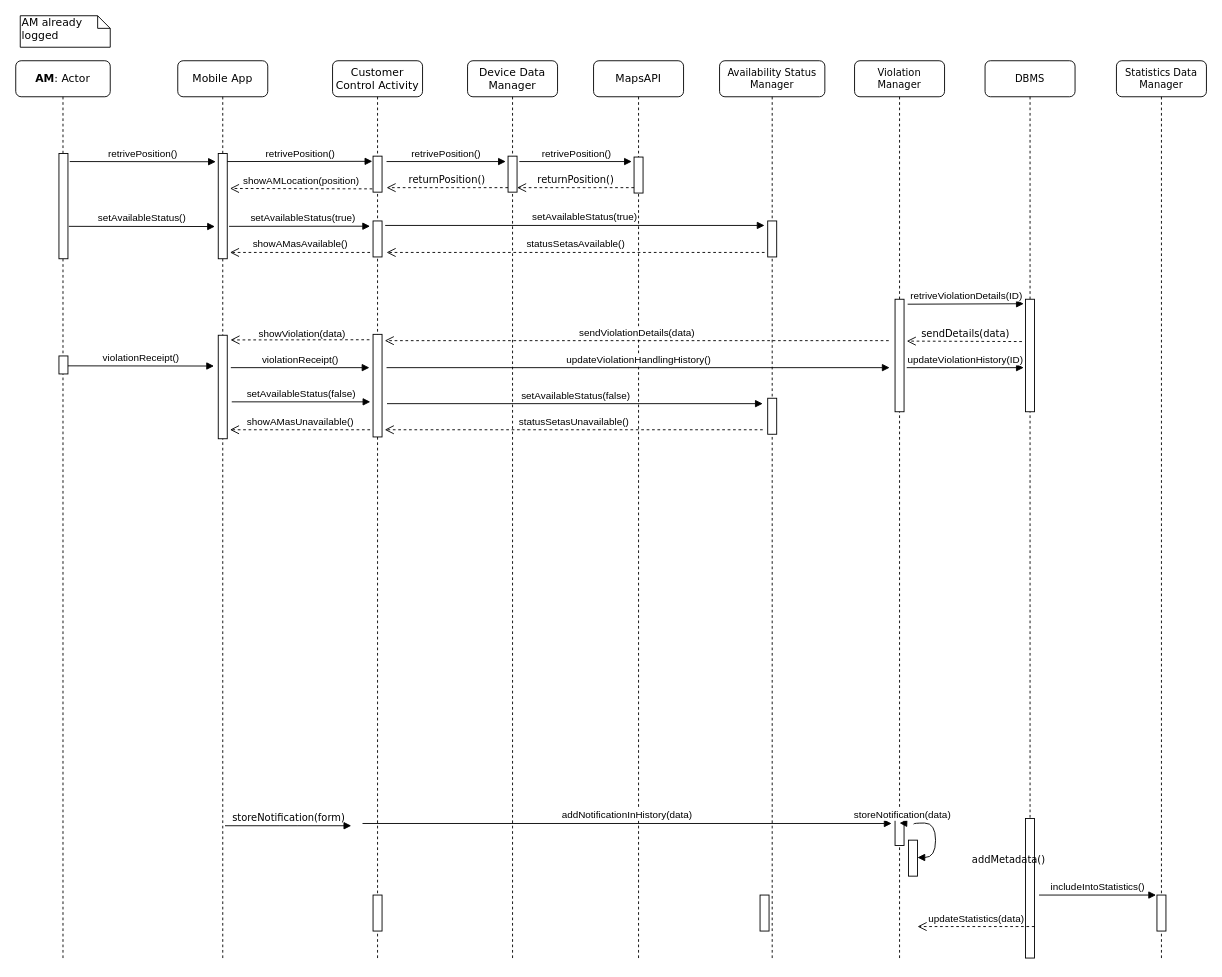
Above: authorityMemberReceiveNotification.drawio in valearm/SafeStreets-Project-SE2 (draw.io), before the change. Source tidied: cells renumbered, new cells numbered last; positions are measured from the earlier drawing's top-left corner, leaving out a move shared by most shapes. Both pictures are drawn from the tidied source at 90%, with x=0, y=0 at pixel (15, 15).
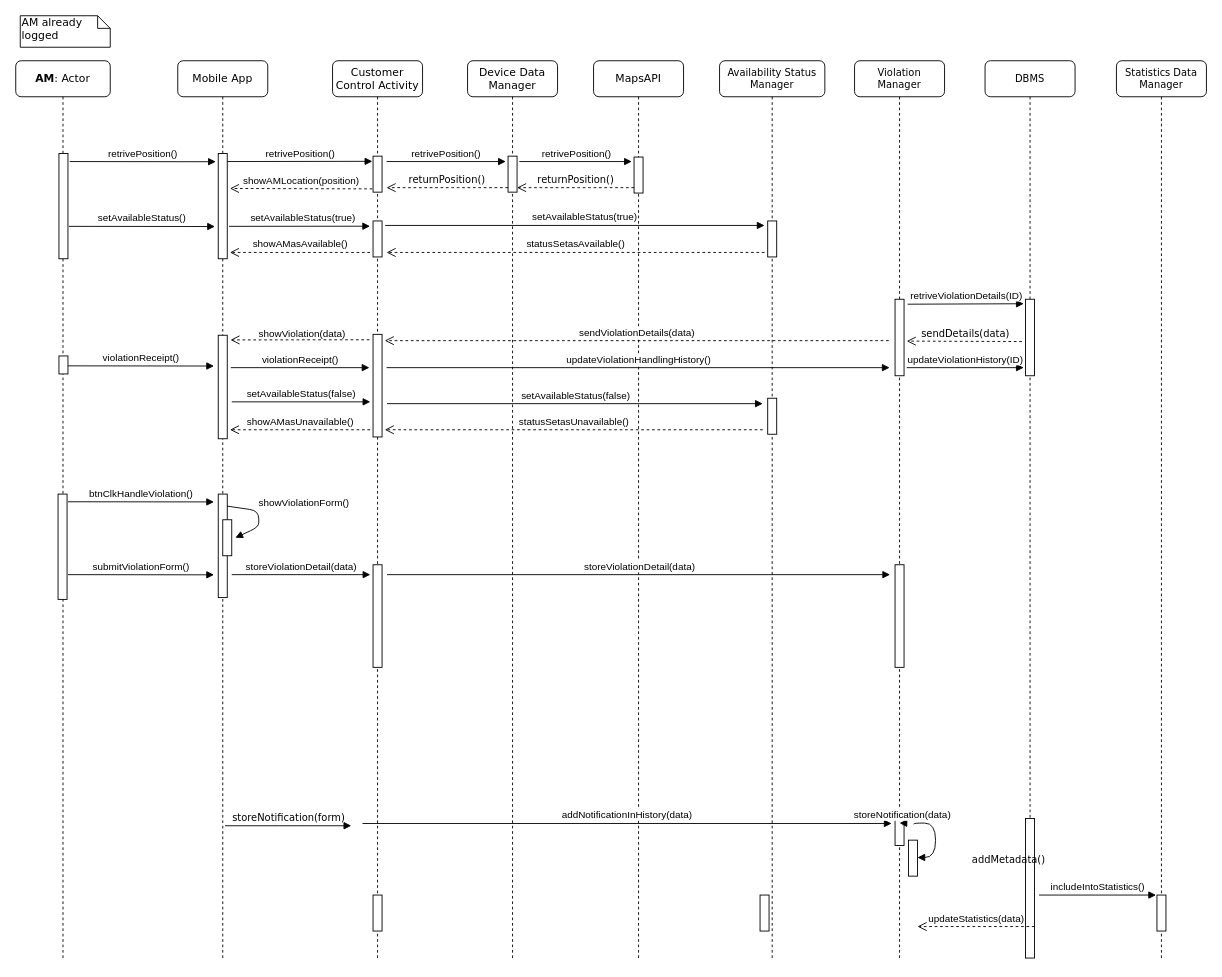
The same page after the edit.

The change refers to these unchanged cells:
```xml
<mxCell id="11" value="Violation Manager" style="shape=umlLifeline;perimeter=lifelinePerimeter;whiteSpace=wrap;html=1;rounded=1;shadow=0;comic=0;labelBackgroundColor=none;strokeWidth=1;fontFamily=Verdana;fontSize=11;align=center;" parent="1" vertex="1">
  <mxGeometry x="932" y="50" width="100" height="1000" as="geometry" />
</mxCell>
<mxCell id="38" value="Customer Control Activity" style="shape=umlLifeline;perimeter=lifelinePerimeter;whiteSpace=wrap;html=1;rounded=1;shadow=0;comic=0;labelBackgroundColor=none;strokeWidth=1;fontFamily=Verdana;fontSize=12;align=center;size=40;" parent="1" vertex="1">
  <mxGeometry x="352" y="50" width="100" height="1000" as="geometry" />
</mxCell>
```

What changed in the source:
```diff
@@
     <mxCell id="13" style="html=1;perimeter=orthogonalPerimeter;rounded=0;shadow=0;comic=0;labelBackgroundColor=none;strokeWidth=1;fontFamily=Verdana;fontSize=11;align=center;" parent="11" vertex="1">
-      <mxGeometry x="45" y="265" width="10" height="125" as="geometry" />
+      <mxGeometry x="45" y="265" width="10" height="85" as="geometry" />
     </mxCell>
+    <mxCell id="62" style="html=1;perimeter=orthogonalPerimeter;rounded=0;shadow=0;comic=0;labelBackgroundColor=none;strokeWidth=1;fontFamily=Verdana;fontSize=11;align=center;" parent="11" vertex="1">
+      <mxGeometry x="45" y="560" width="10" height="114" as="geometry" />
+    </mxCell>
@@
+    <mxCell id="63" style="html=1;perimeter=orthogonalPerimeter;rounded=0;shadow=0;comic=0;labelBackgroundColor=none;strokeWidth=1;fontFamily=Verdana;fontSize=11;align=center;" parent="38" vertex="1">
+      <mxGeometry x="45" y="560" width="10" height="114" as="geometry" />
+    </mxCell>
@@
-    <mxCell id="54" value="violationReceipt()" style="html=1;verticalAlign=bottom;endArrow=block;fontSize=11;" parent="1" edge="1">
-      <mxGeometry relative="1" as="geometry">
-        <mxPoint x="239" y="391" as="sourcePoint" />
-        <mxPoint x="393" y="391" as="targetPoint" />
-      </mxGeometry>
-    </mxCell>
@@
     <mxCell id="56" style="html=1;perimeter=orthogonalPerimeter;rounded=0;shadow=0;comic=0;labelBackgroundColor=none;strokeWidth=1;fontFamily=Verdana;fontSize=11;align=center;" parent="1" vertex="1">
-      <mxGeometry x="1122" y="315" width="10" height="125" as="geometry" />
+      <mxGeometry x="1122" y="315" width="10" height="85" as="geometry" />
     </mxCell>
@@
+    <mxCell id="64" style="html=1;perimeter=orthogonalPerimeter;rounded=0;shadow=0;comic=0;labelBackgroundColor=none;strokeWidth=1;fontFamily=Verdana;fontSize=11;align=center;" parent="1" vertex="1">
+      <mxGeometry x="47" y="531.5" width="10" height="117" as="geometry" />
+    </mxCell>
+    <mxCell id="65" value="btnClkHandleViolation()" style="html=1;verticalAlign=bottom;endArrow=block;entryX=-0.272;entryY=0.407;entryDx=0;entryDy=0;entryPerimeter=0;fontSize=11;" parent="1" edge="1">
+      <mxGeometry relative="1" as="geometry">
+        <mxPoint x="58" y="540" as="sourcePoint" />
+        <mxPoint x="220.3" y="540.2" as="targetPoint" />
+      </mxGeometry>
+    </mxCell>
+    <mxCell id="66" style="html=1;points=[];perimeter=orthogonalPerimeter;rounded=0;shadow=0;comic=0;labelBackgroundColor=none;strokeWidth=1;fontFamily=Verdana;fontSize=11;align=center;" parent="1" vertex="1">
+      <mxGeometry x="225" y="531.5" width="10" height="115" as="geometry" />
+    </mxCell>
+    <mxCell id="67" style="html=1;perimeter=orthogonalPerimeter;rounded=0;shadow=0;comic=0;labelBackgroundColor=none;strokeWidth=1;fontFamily=Verdana;fontSize=11;align=center;" parent="1" vertex="1">
+      <mxGeometry x="230" y="560" width="10" height="40" as="geometry" />
+    </mxCell>
+    <mxCell id="54" value="violationReceipt()" style="html=1;verticalAlign=bottom;endArrow=block;fontSize=11;" parent="1" edge="1">
+      <mxGeometry relative="1" as="geometry">
+        <mxPoint x="239" y="391" as="sourcePoint" />
+        <mxPoint x="393" y="391" as="targetPoint" />
+      </mxGeometry>
+    </mxCell>
+    <mxCell id="68" value="showViolationForm()" style="html=1;verticalAlign=bottom;endArrow=block;fontSize=11;exitX=0.969;exitY=0.116;exitDx=0;exitDy=0;exitPerimeter=0;" parent="1" edge="1" source="66">
+      <mxGeometry x="-0.13" y="50" relative="1" as="geometry">
+        <mxPoint x="244" y="580" as="targetPoint" />
+        <Array as="points">
+          <mxPoint x="270" y="550" />
+          <mxPoint x="270" y="568" />
+        </Array>
+      </mxGeometry>
+    </mxCell>
+    <mxCell id="69" value="submitViolationForm()" style="html=1;verticalAlign=bottom;endArrow=block;entryX=-0.272;entryY=0.407;entryDx=0;entryDy=0;entryPerimeter=0;fontSize=11;" parent="1" edge="1">
+      <mxGeometry relative="1" as="geometry">
+        <mxPoint x="58" y="621" as="sourcePoint" />
+        <mxPoint x="220.3" y="621.2" as="targetPoint" />
+      </mxGeometry>
+    </mxCell>
+    <mxCell id="70" value="storeViolationDetail(data)" style="html=1;verticalAlign=bottom;endArrow=block;fontSize=11;" parent="1" edge="1">
+      <mxGeometry relative="1" as="geometry">
+        <mxPoint x="240" y="621" as="sourcePoint" />
+        <mxPoint x="394" y="621" as="targetPoint" />
+      </mxGeometry>
+    </mxCell>
+    <mxCell id="71" value="storeViolationDetail(data)" style="html=1;verticalAlign=bottom;endArrow=block;fontSize=11;" parent="1" edge="1">
+      <mxGeometry relative="1" as="geometry">
+        <mxPoint x="412.5" y="621" as="sourcePoint" />
+        <mxPoint x="971.5" y="621" as="targetPoint" />
+      </mxGeometry>
+    </mxCell>
```
